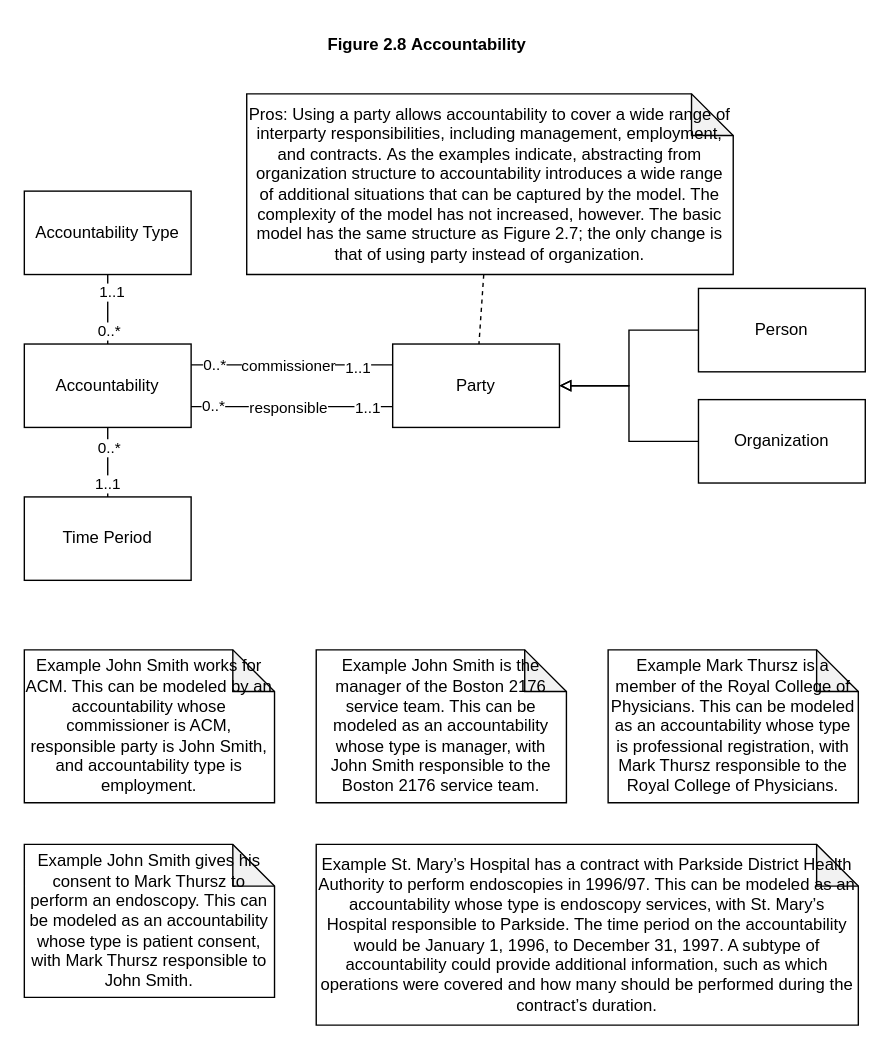
Earlier version of the draw.io diagram analysis-patterns-2-8-Accountability.drawio (wubin28/analysis-patterns-diagrams-in-uml). Source tidied: cells renumbered, new cells numbered last; positions are measured from the earlier drawing's top-left corner, leaving out a move shared by most shapes. Both pictures are drawn from the tidied source at 139%, with x=0, y=0 at pixel (24, 24).
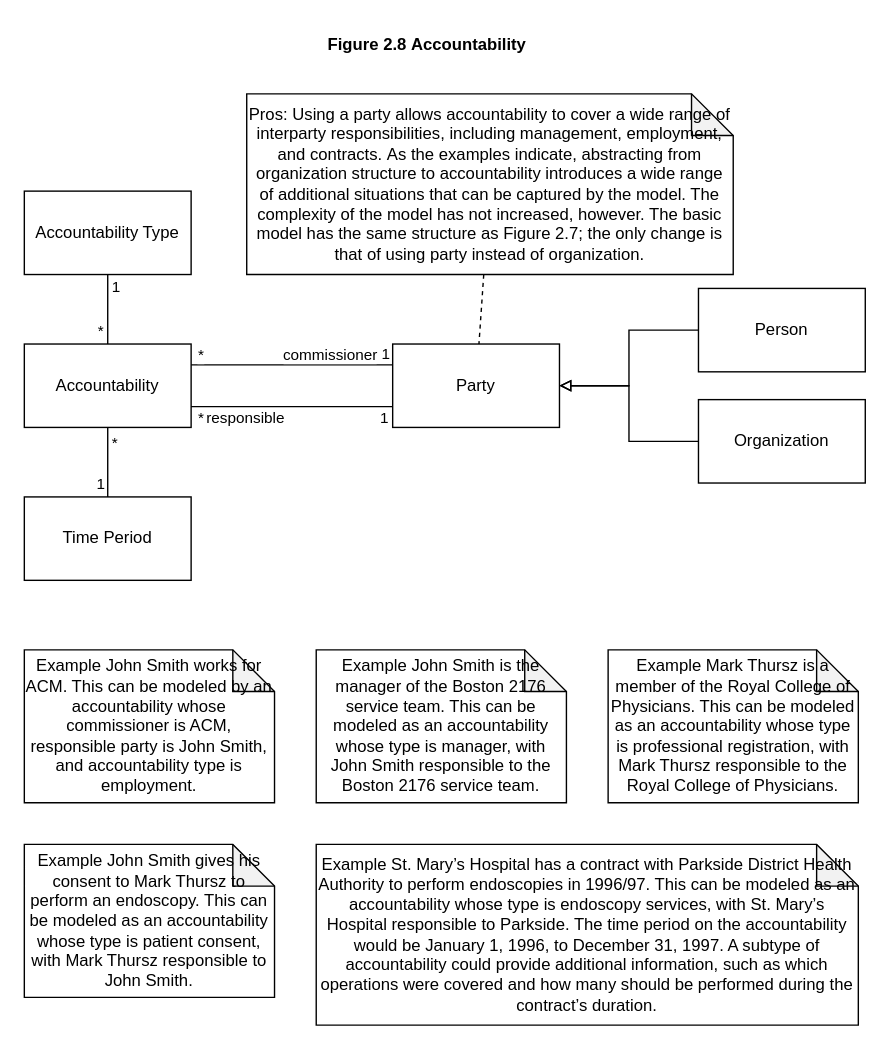
Above is the later version.

Commit message:
refactor: update multiplicities in figure 2.8

Unchanged cells that the change refers to:
```xml
<mxCell id="8" style="endArrow=none;html=1;rounded=0;exitX=1;exitY=0.25;exitDx=0;exitDy=0;entryX=0;entryY=0.25;entryDx=0;entryDy=0;" parent="1" edge="1" source="7" target="2">
  <mxGeometry relative="1" as="geometry" />
</mxCell>
<mxCell id="12" style="endArrow=none;html=1;rounded=0;exitX=1;exitY=0.75;exitDx=0;exitDy=0;entryX=0;entryY=0.75;entryDx=0;entryDy=0;" parent="1" edge="1" source="7" target="2">
  <mxGeometry relative="1" as="geometry" />
</mxCell>
<mxCell id="18" style="endArrow=none;html=1;rounded=0;entryX=0.5;entryY=1;entryDx=0;entryDy=0;exitX=0.5;exitY=0;exitDx=0;exitDy=0;" parent="1" edge="1" source="7" target="16">
  <mxGeometry relative="1" as="geometry" />
</mxCell>
<mxCell id="21" style="endArrow=none;html=1;rounded=0;entryX=0.5;entryY=1;entryDx=0;entryDy=0;exitX=0.5;exitY=0;exitDx=0;exitDy=0;" parent="1" edge="1" source="17" target="7">
  <mxGeometry relative="1" as="geometry" />
</mxCell>
```

Diff of the diagram source:
```diff
@@
-    <mxCell id="9" value="0..*" style="edgeLabel;html=1;align=center;verticalAlign=middle;" parent="8" vertex="1">
+    <mxCell id="9" value="*" style="edgeLabel;html=1;align=center;verticalAlign=middle;" parent="8" vertex="1">
       <mxGeometry x="-0.84" y="1" relative="1" as="geometry">
-        <mxPoint x="4" as="offset" />
+        <mxPoint x="-6" y="-7" as="offset" />
       </mxGeometry>
     </mxCell>
-    <mxCell id="10" value="1..1" style="edgeLabel;html=1;align=center;verticalAlign=middle;" parent="8" vertex="1">
-      <mxGeometry x="0.64" y="-1" relative="1" as="geometry" />
+    <mxCell id="10" value="1" style="edgeLabel;html=1;align=center;verticalAlign=middle;" parent="8" vertex="1">
+      <mxGeometry x="0.64" y="-1" relative="1" as="geometry">
+        <mxPoint x="20" y="-10" as="offset" />
+      </mxGeometry>
     </mxCell>
     <mxCell id="11" value="commissioner" style="edgeLabel;html=1;align=center;verticalAlign=middle;" parent="8" vertex="1">
       <mxGeometry x="-0.15" relative="1" as="geometry">
-        <mxPoint x="7" as="offset" />
+        <mxPoint x="37" y="-8" as="offset" />
       </mxGeometry>
     </mxCell>
@@
-    <mxCell id="13" value="0..*" style="edgeLabel;html=1;align=center;verticalAlign=middle;" parent="12" vertex="1">
-      <mxGeometry x="-0.79" y="1" relative="1" as="geometry" />
+    <mxCell id="13" value="*" style="edgeLabel;html=1;align=center;verticalAlign=middle;" parent="12" vertex="1">
+      <mxGeometry x="-0.79" y="1" relative="1" as="geometry">
+        <mxPoint x="-9" y="8" as="offset" />
+      </mxGeometry>
     </mxCell>
-    <mxCell id="14" value="1..1" style="edgeLabel;html=1;align=center;verticalAlign=middle;" parent="12" vertex="1">
-      <mxGeometry x="0.74" relative="1" as="geometry" />
+    <mxCell id="14" value="1" style="edgeLabel;html=1;align=center;verticalAlign=middle;" parent="12" vertex="1">
+      <mxGeometry x="0.74" relative="1" as="geometry">
+        <mxPoint x="12" y="7" as="offset" />
+      </mxGeometry>
     </mxCell>
     <mxCell id="15" value="responsible" style="edgeLabel;html=1;align=center;verticalAlign=middle;" parent="12" vertex="1">
-      <mxGeometry x="-0.05" relative="1" as="geometry" />
+      <mxGeometry x="-0.05" relative="1" as="geometry">
+        <mxPoint x="-31" y="7" as="offset" />
+      </mxGeometry>
     </mxCell>
@@
-    <mxCell id="19" value="1..1" style="edgeLabel;html=1;align=center;verticalAlign=middle;" parent="18" vertex="1">
-      <mxGeometry x="0.52" y="-2" relative="1" as="geometry" />
+    <mxCell id="19" value="1" style="edgeLabel;html=1;align=center;verticalAlign=middle;" parent="18" vertex="1">
+      <mxGeometry x="0.52" y="-2" relative="1" as="geometry">
+        <mxPoint x="3" y="-4" as="offset" />
+      </mxGeometry>
     </mxCell>
-    <mxCell id="20" value="0..*" style="edgeLabel;html=1;align=center;verticalAlign=middle;" parent="18" vertex="1">
+    <mxCell id="20" value="*" style="edgeLabel;html=1;align=center;verticalAlign=middle;" parent="18" vertex="1">
       <mxGeometry x="-0.61" y="1" relative="1" as="geometry">
-        <mxPoint x="1" as="offset" />
+        <mxPoint x="-5" as="offset" />
       </mxGeometry>
     </mxCell>
@@
-    <mxCell id="22" value="0..*" style="edgeLabel;html=1;align=center;verticalAlign=middle;" parent="21" vertex="1">
-      <mxGeometry x="0.45" relative="1" as="geometry" />
+    <mxCell id="22" value="*" style="edgeLabel;html=1;align=center;verticalAlign=middle;" parent="21" vertex="1">
+      <mxGeometry x="0.45" relative="1" as="geometry">
+        <mxPoint x="4" y="-4" as="offset" />
+      </mxGeometry>
     </mxCell>
-    <mxCell id="23" value="1..1" style="edgeLabel;html=1;align=center;verticalAlign=middle;" parent="21" vertex="1">
-      <mxGeometry x="-0.62" y="1" relative="1" as="geometry" />
+    <mxCell id="23" value="1" style="edgeLabel;html=1;align=center;verticalAlign=middle;" parent="21" vertex="1">
+      <mxGeometry x="-0.62" y="1" relative="1" as="geometry">
+        <mxPoint x="-5" as="offset" />
+      </mxGeometry>
     </mxCell>
```
